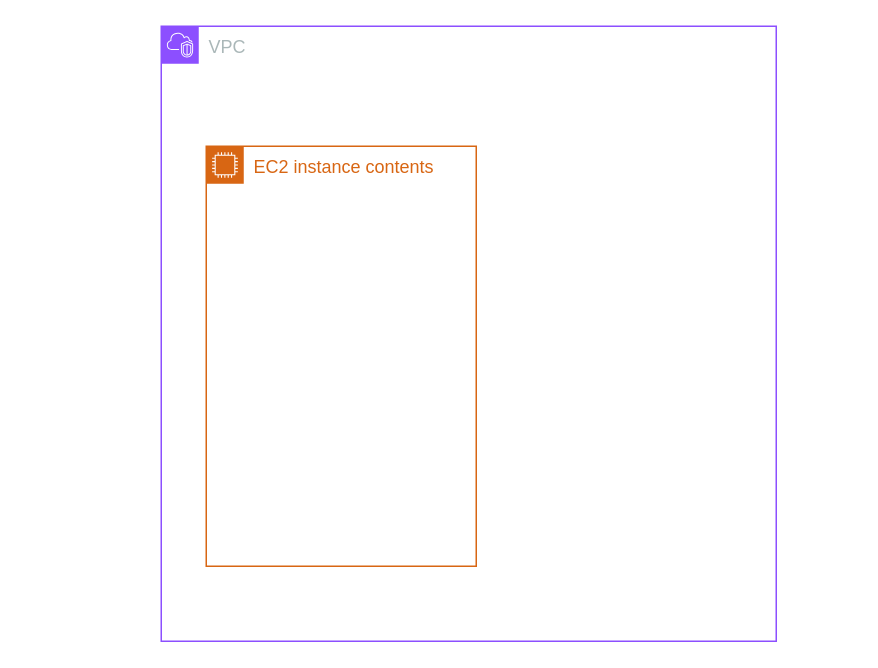
This is 제목 없는 다이어그램.drawio from ssm00/f1PipeLine, a draw.io file, before an edit. Source tidied: cells renumbered, new cells numbered last; positions are measured from the earlier drawing's top-left corner, leaving out a move shared by most shapes. Both pictures are drawn from the tidied source at 150%, with x=0, y=0 at pixel (160, 26). Pictures stored in the file or linked from it are replaced by grey dashed boxes.
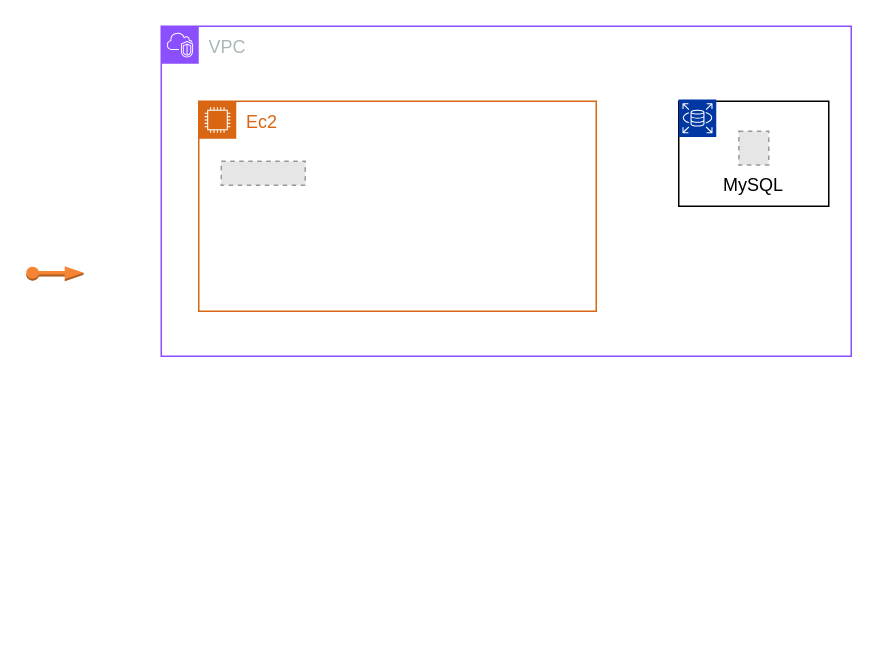
After the change.

Commit message:
제목 없는 다이어그램.drawio 업데이트

Diff of the diagram source:
```diff
@@
 <mxGraphModel>
   <root>
     <mxCell id="0" />
     <mxCell id="1" parent="0" />
     <mxCell id="2" value="VPC" style="gradientColor=none;html=1;whiteSpace=wrap;fontSize=12;fontStyle=0;shape=mxgraph.aws4.group;grIcon=mxgraph.aws4.group_vpc2;strokeColor=#8C4FFF;fillColor=none;verticalAlign=top;align=left;spacingLeft=30;fontColor=#AAB7B8;dashed=0;" parent="1" vertex="1">
-      <mxGeometry width="410" height="410" as="geometry" />
+      <mxGeometry width="460" height="220" as="geometry" />
     </mxCell>
-    <mxCell id="3" value="EC2 instance contents" style="gradientColor=none;html=1;whiteSpace=wrap;fontSize=12;fontStyle=0;shape=mxgraph.aws4.group;grIcon=mxgraph.aws4.group_ec2_instance_contents;strokeColor=#D86613;fillColor=none;verticalAlign=top;align=left;spacingLeft=30;fontColor=#D86613;dashed=0;" parent="2" vertex="1">
-      <mxGeometry x="30" y="80" width="180" height="280" as="geometry" />
+    <mxCell id="3" value="Ec2" style="gradientColor=none;html=1;whiteSpace=wrap;fontSize=12;fontStyle=0;shape=mxgraph.aws4.group;grIcon=mxgraph.aws4.group_ec2_instance_contents;strokeColor=#D86613;fillColor=none;verticalAlign=top;align=left;spacingLeft=30;fontColor=#D86613;dashed=0;" parent="2" vertex="1">
+      <mxGeometry x="25" y="50" width="265" height="140" as="geometry" />
     </mxCell>
+    <mxCell id="4" style="fillColor=#E6E6E6;strokeColor=#999999;dashed=1;verticalLabelPosition=bottom;labelBackgroundColor=#ffffff;verticalAlign=top;" parent="3" vertex="1">
+      <mxGeometry x="15" y="40" width="56" height="16" as="geometry" />
+    </mxCell>
+    <mxCell id="5" style="rounded=0;whiteSpace=wrap;html=1;" parent="2" vertex="1">
+      <mxGeometry x="345" y="50" width="100" height="70" as="geometry" />
+    </mxCell>
+    <mxCell id="6" style="sketch=0;fontColor=#232F3E;fillColor=#0137A3;strokeColor=#ffffff;dashed=0;verticalLabelPosition=bottom;verticalAlign=top;align=center;html=1;fontSize=12;fontStyle=0;shape=mxgraph.aws4.resourceIcon;resIcon=mxgraph.aws4.rds;" parent="2" vertex="1">
+      <mxGeometry x="345" y="48.8" width="25" height="25" as="geometry" />
+    </mxCell>
+    <mxCell id="7" value="MySQL" style="fillColor=#E6E6E6;strokeColor=#999999;dashed=1;verticalLabelPosition=bottom;labelBackgroundColor=#ffffff;verticalAlign=top;" parent="2" vertex="1">
+      <mxGeometry x="385.1" y="70" width="19.9" height="22.5" as="geometry" />
+    </mxCell>
+    <mxCell id="8" style="dashed=0;verticalLabelPosition=bottom;verticalAlign=top;align=center;html=1;shape=mxgraph.aws3.elastic_ip;fillColor=#F58534;gradientColor=none;" parent="1" vertex="1">
+      <mxGeometry x="-90" y="160" width="38.2" height="10" as="geometry" />
+    </mxCell>
   </root>
 </mxGraphModel>
```
